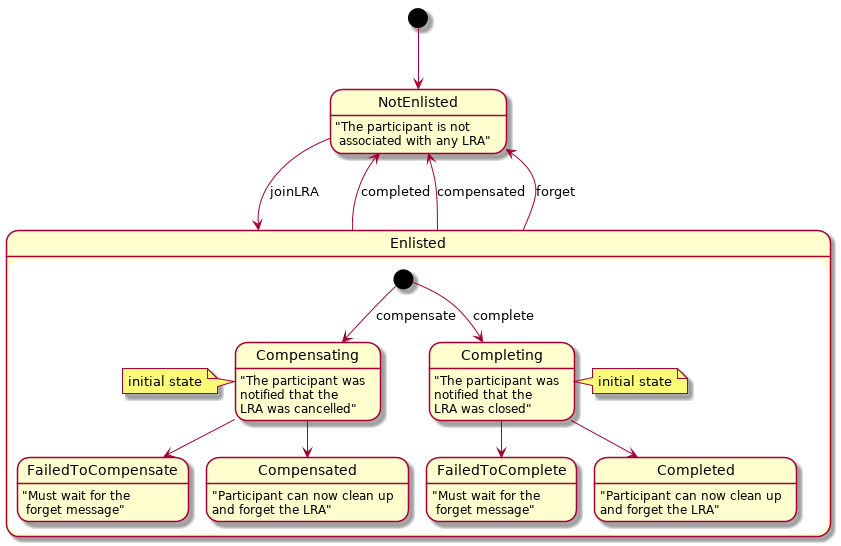
eclipse/microprofile-lra keeps this PlantUML diagram as spec/src/main/asciidoc/images/participant-state-model.png. Above is the earlier version. The source it was exported from:
```plantuml
@startuml
[*] --> NotEnlisted

state "NotEnlisted" as NotEnlisted
NotEnlisted : "The participant is not\n associated with any LRA"

state NotEnlisted {
  NotEnlisted --> Enlisted : joinLRA
  Enlisted --> NotEnlisted : completed
  Enlisted --> NotEnlisted : compensated
  Enlisted --> NotEnlisted : forget
}

state Enlisted {
  [*] --> Compensating : compensate
  note left of Compensating : initial state
  state "FailedToCompensate" as FailedToCompensate
  FailedToCompensate : "Must wait for the\n forget message"
  state "FailedToComplete" as CannotComplete
  CannotComplete : "Must wait for the\n forget message"
  state "Compensating" as Compensating
  Compensating : "The participant was\nnotified that the\nLRA was cancelled"
  state "Completing" as Completing
  Completing : "The participant was\nnotified that the\nLRA was closed"
  state "Completed" as Completed
  Completed : "Participant can now clean up\nand forget the LRA"
  state "Compensated" as Compensated
  Compensated : "Participant can now clean up\nand forget the LRA"

  Compensating --> Compensated
  Compensating --> FailedToCompensate

  [*] --> Completing : complete
  note right of Completing : initial state
  Completing --> Completed
  Completing --> CannotComplete
}
@enduml
```
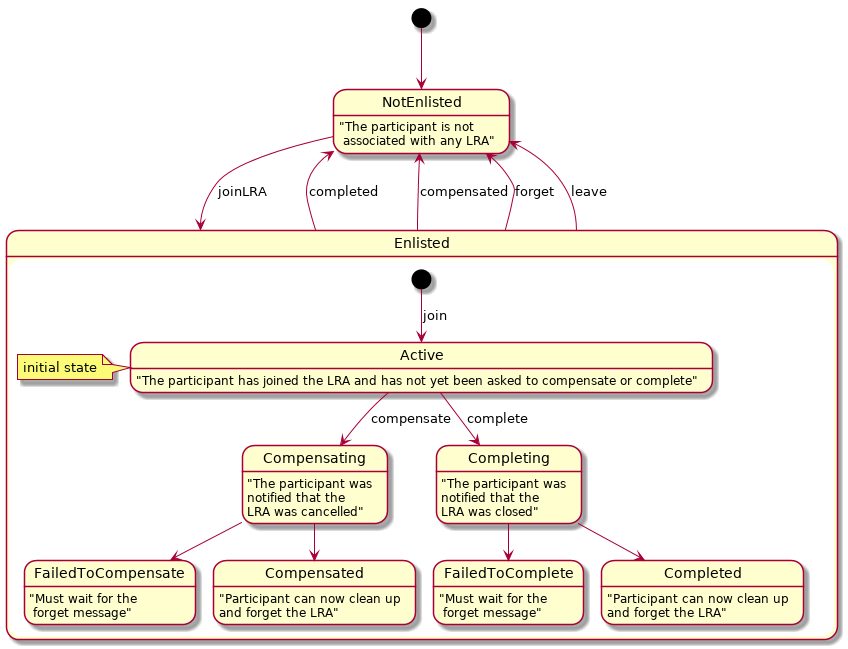
After the commit.

What changed in the source:
```diff
@@ -9,11 +9,14 @@
   Enlisted --> NotEnlisted : completed
   Enlisted --> NotEnlisted : compensated
   Enlisted --> NotEnlisted : forget
+  Enlisted --> NotEnlisted : leave
 }
 
 state Enlisted {
-  [*] --> Compensating : compensate
-  note left of Compensating : initial state
+  [*] --> Active : join
+  Active : "The participant has joined the LRA and has not yet been asked to compensate or complete"
+  note left of Active : initial state
+  Active --> Compensating : compensate
   state "FailedToCompensate" as FailedToCompensate
   FailedToCompensate : "Must wait for the\n forget message"
   state "FailedToComplete" as CannotComplete
@@ -30,8 +33,7 @@
   Compensating --> Compensated
   Compensating --> FailedToCompensate
 
-  [*] --> Completing : complete
-  note right of Completing : initial state
+  Active --> Completing : complete
   Completing --> Completed
   Completing --> CannotComplete
 }
```
